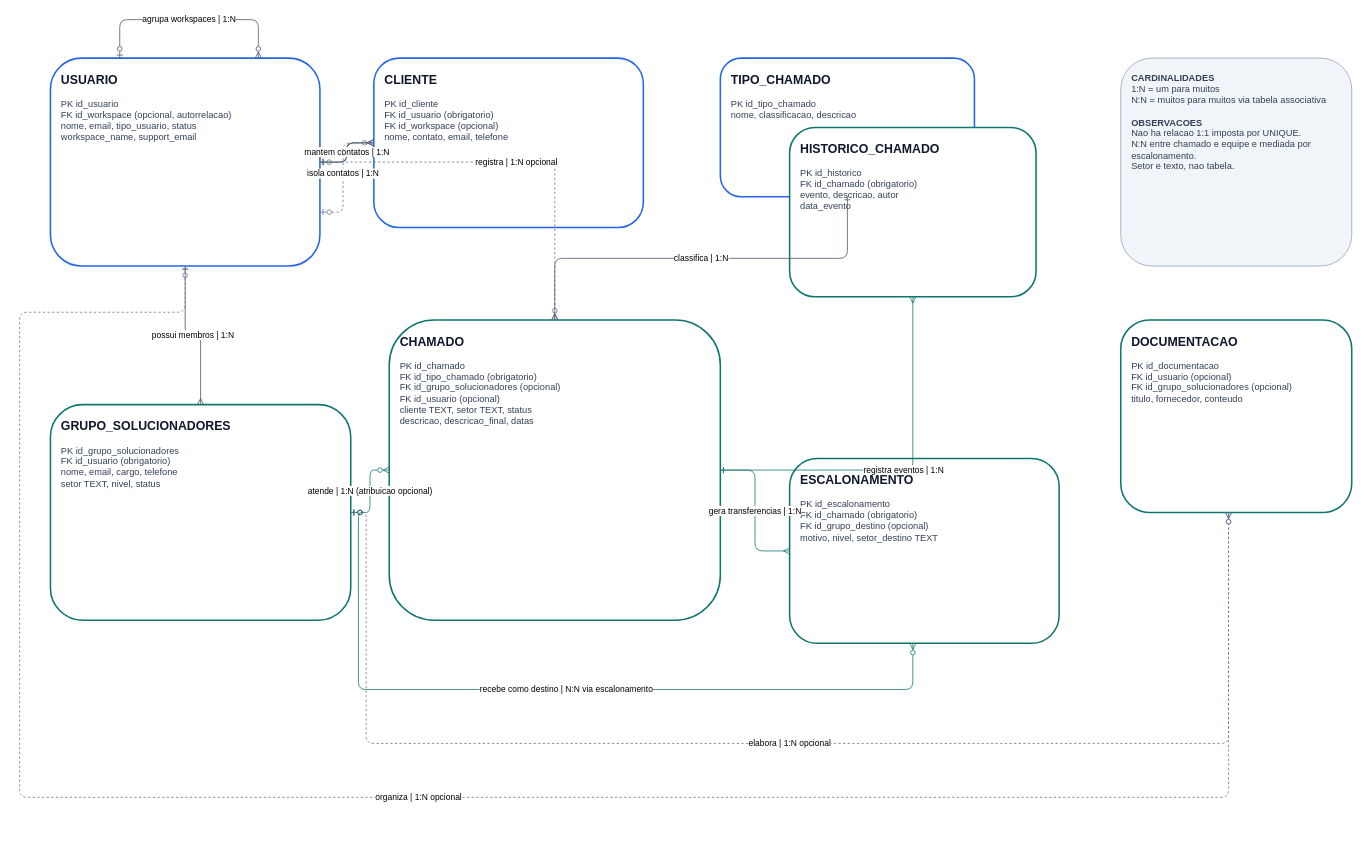
Earlier version of the draw.io diagram docs/sqlite-model.drawio (Carlos-Eduardo20/HelpTI). Source tidied: cells renumbered, new cells numbered last; positions are measured from the earlier drawing's top-left corner, leaving out a move shared by most shapes. Both pictures are drawn from the tidied source at 77%, with x=0, y=0 at pixel (19, 19).
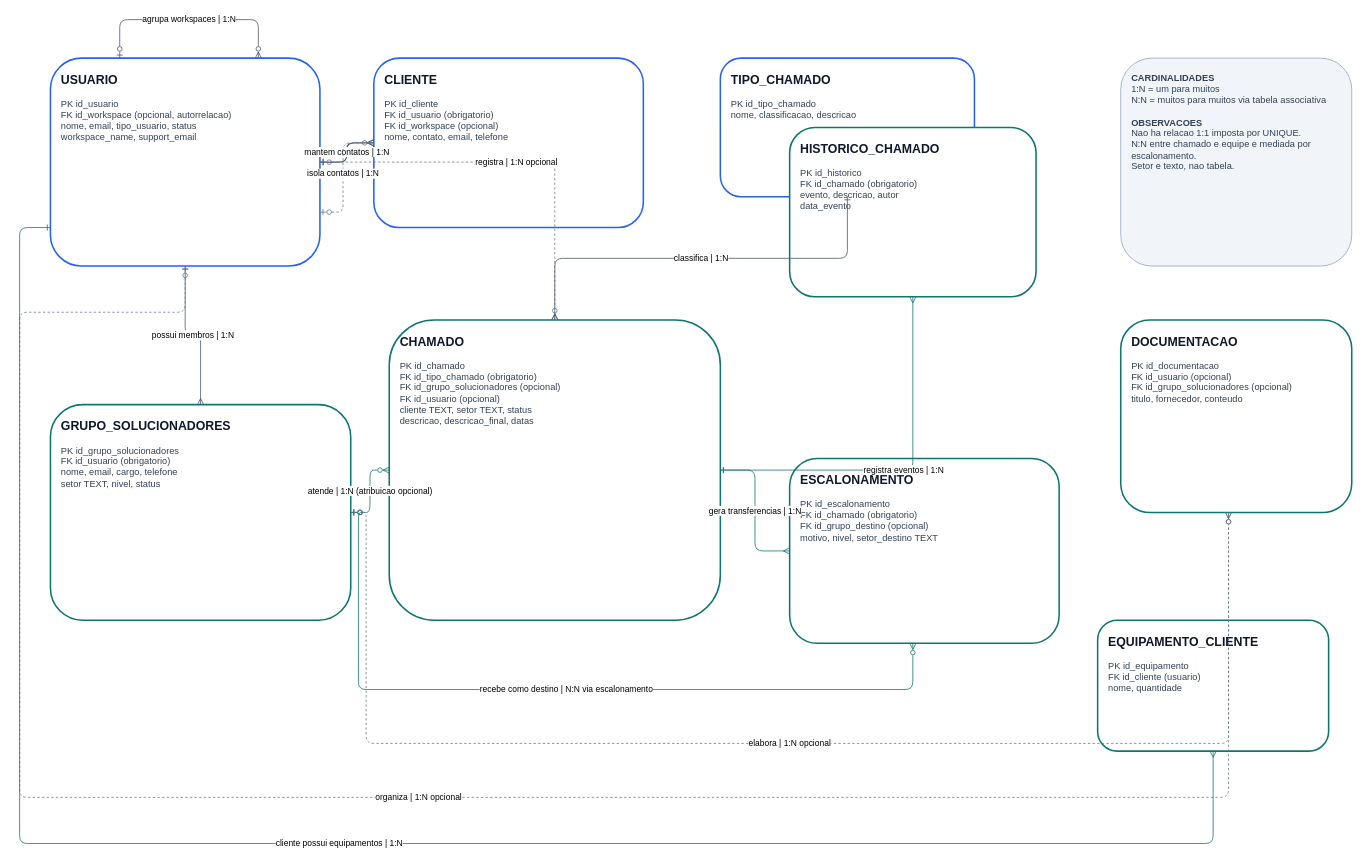
Above is the later version.

Unchanged cells that the change refers to:
```xml
<mxCell id="2" value="&lt;div style=&quot;font-size:16px;font-weight:bold;color:#0f172a&quot;&gt;USUARIO&lt;/div&gt;&lt;br&gt;PK id_usuario&lt;br&gt;FK id_workspace (opcional, autorrelacao)&lt;br&gt;nome, email, tipo_usuario, status&lt;br&gt;workspace_name, support_email" style="rounded=1;whiteSpace=wrap;html=1;align=left;verticalAlign=top;spacing=14;fillColor=#ffffff;strokeColor=#2563eb;strokeWidth=2;fontColor=#334155;fontSize=12;" parent="1" vertex="1">
  <mxGeometry x="40" y="50" width="350" height="270" as="geometry" />
</mxCell>
```

The edit, as a diff of the source:
```diff
@@
+    <mxCell id="23" value="&lt;div style=&quot;font-size:16px;font-weight:bold;color:#0f172a&quot;&gt;EQUIPAMENTO_CLIENTE&lt;/div&gt;&lt;br&gt;PK id_equipamento&lt;br&gt;FK id_cliente (usuario)&lt;br&gt;nome, quantidade" style="rounded=1;whiteSpace=wrap;html=1;align=left;verticalAlign=top;spacing=14;fillColor=#ffffff;strokeColor=#0f766e;strokeWidth=2;fontColor=#334155;fontSize=12;" parent="1" vertex="1">
+      <mxGeometry x="1400" y="780" width="300" height="170" as="geometry" />
+    </mxCell>
@@
+    <mxCell id="24" value="cliente possui equipamentos | 1:N" style="edgeStyle=orthogonalEdgeStyle;rounded=1;jettySize=auto;html=1;strokeColor=#0f766e;startArrow=ERone;startFill=0;endArrow=ERmany;endFill=0;fontSize=11;labelBackgroundColor=#ffffff;" parent="1" edge="1" source="2" target="23">
+      <mxGeometry relative="1" as="geometry">
+        <Array as="points">
+          <mxPoint y="270" />
+          <mxPoint y="1070" />
+          <mxPoint x="1550" y="1070" />
+        </Array>
+      </mxGeometry>
+    </mxCell>
```
